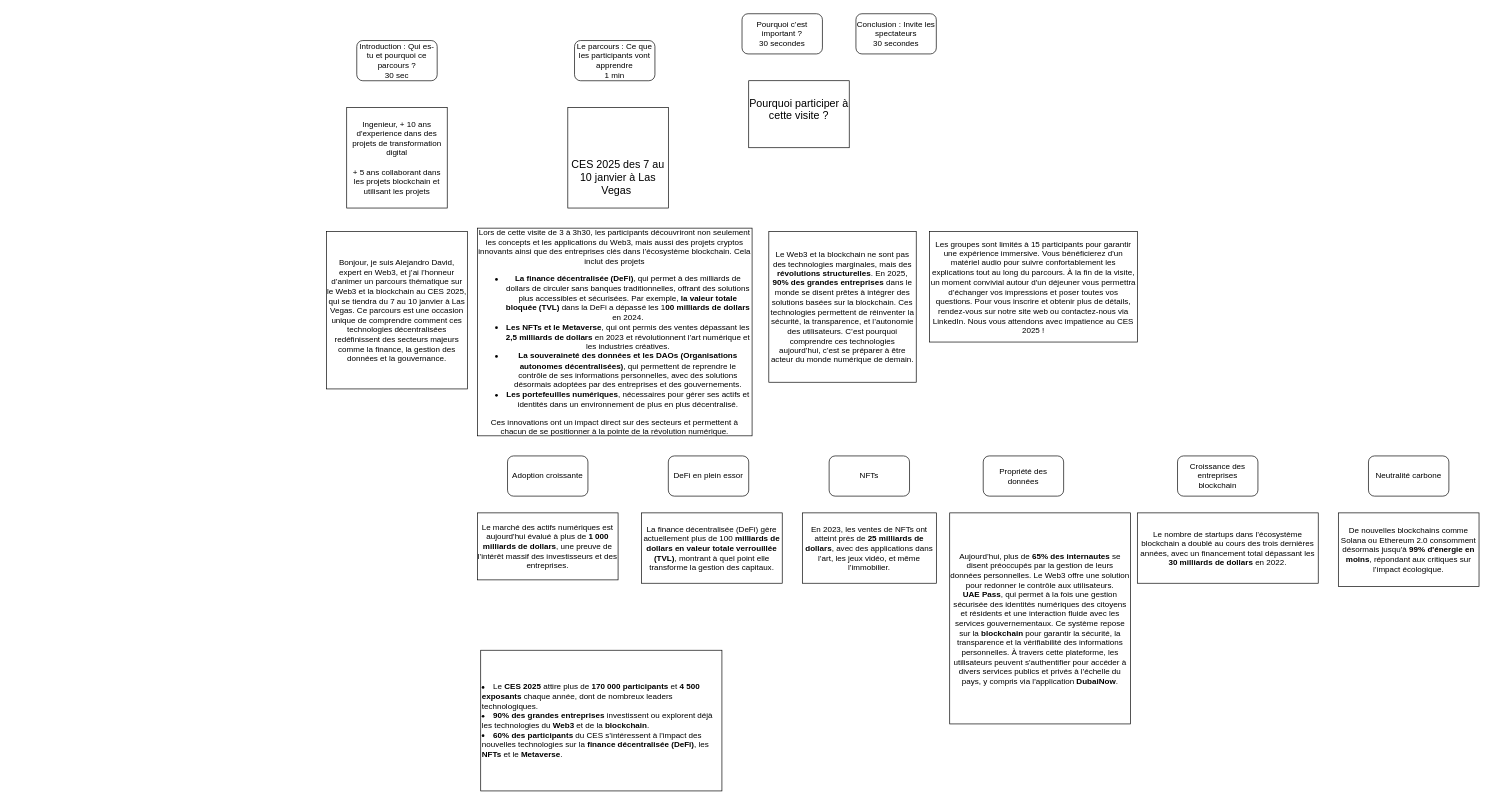
This is Presentation.drawio from AlejandroDAvidz/AlejandroDAvidz, a draw.io file, before an edit. Source tidied: cells renumbered, new cells numbered last; positions are measured from the earlier drawing's top-left corner, leaving out a move shared by most shapes. Both pictures are drawn from the tidied source at 67%, with x=0, y=0 at pixel (326, 13).
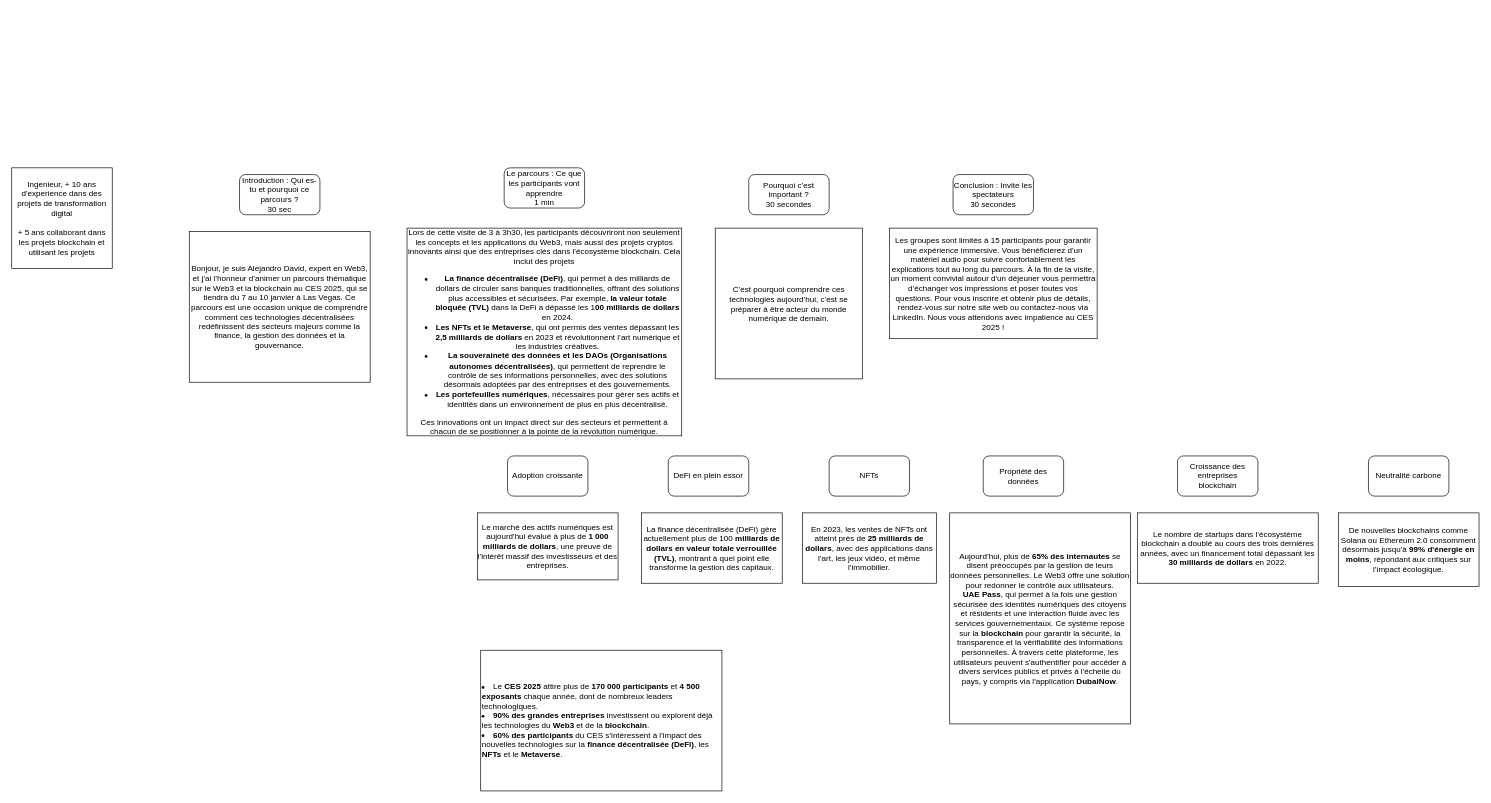
The same diagram, later.

Commit message:
Mettre à jour Presentation.drawio

The edit, as a diff of the source:
```diff
@@
     <mxCell id="2" value="Introduction : Qui es-tu et pourquoi ce parcours ?&lt;div&gt;30 sec&lt;/div&gt;" style="rounded=1;whiteSpace=wrap;html=1;" parent="1" vertex="1">
-      <mxGeometry x="45" y="40" width="120" height="60" as="geometry" />
+      <mxGeometry x="-130" y="240" width="120" height="60" as="geometry" />
     </mxCell>
     <mxCell id="3" value="Ingenieur, + 10 ans d'experience dans des projets de transformation digital&lt;div&gt;&lt;br&gt;&lt;/div&gt;&lt;div&gt;+ 5 ans collaborant dans les projets blockchain et utilisant les projets&lt;/div&gt;" style="rounded=0;whiteSpace=wrap;html=1;" parent="1" vertex="1">
-      <mxGeometry x="30" y="140" width="150" height="150" as="geometry" />
+      <mxGeometry x="-470" y="230" width="150" height="150" as="geometry" />
     </mxCell>
-    <mxCell id="4" value="&lt;br/&gt;&#9;&#9;&lt;br/&gt;&#9;&lt;br/&gt;&#9;&lt;br/&gt;&#9;&#9;&lt;div title=&quot;Page 1&quot; class=&quot;page&quot;&gt;&lt;br/&gt;&#9;&#9;&#9;&lt;div class=&quot;layoutArea&quot;&gt;&lt;br/&gt;&#9;&#9;&#9;&#9;&lt;div class=&quot;column&quot;&gt;&lt;br/&gt;&#9;&#9;&#9;&#9;&#9;&lt;p&gt;&lt;span style=&quot;font-size: 12.000000pt; font-family: 'Aptos'&quot;&gt;CES 2025 des 7 au 10 janvier à Las Vegas&amp;nbsp;&lt;/span&gt;&lt;/p&gt;&lt;br/&gt;&#9;&#9;&#9;&#9;&lt;/div&gt;&lt;br/&gt;&#9;&#9;&#9;&lt;/div&gt;&lt;br/&gt;&#9;&#9;&lt;/div&gt;" style="rounded=0;whiteSpace=wrap;html=1;" parent="1" vertex="1">
-      <mxGeometry x="360" y="140" width="150" height="150" as="geometry" />
-    </mxCell>
-    <mxCell id="5" value="&#10;&lt;span style=&quot;white-space: pre;&quot;&gt;&amp;nbsp;&amp;nbsp;&amp;nbsp;&amp;nbsp;&lt;/span&gt;&lt;span style=&quot;white-space: pre;&quot;&gt;&amp;nbsp;&amp;nbsp;&amp;nbsp;&amp;nbsp;&lt;/span&gt;&lt;div title=&quot;Page 1&quot; class=&quot;page&quot;&gt;&#10;&lt;span style=&quot;white-space: pre;&quot;&gt;&amp;nbsp;&amp;nbsp;&amp;nbsp;&amp;nbsp;&lt;/span&gt;&lt;span style=&quot;white-space: pre;&quot;&gt;&amp;nbsp;&amp;nbsp;&amp;nbsp;&amp;nbsp;&lt;/span&gt;&lt;span style=&quot;white-space: pre;&quot;&gt;&amp;nbsp;&amp;nbsp;&amp;nbsp;&amp;nbsp;&lt;/span&gt;&lt;div class=&quot;layoutArea&quot;&gt;&#10;&lt;span style=&quot;white-space: pre;&quot;&gt;&amp;nbsp;&amp;nbsp;&amp;nbsp;&amp;nbsp;&lt;/span&gt;&lt;span style=&quot;white-space: pre;&quot;&gt;&amp;nbsp;&amp;nbsp;&amp;nbsp;&amp;nbsp;&lt;/span&gt;&lt;span style=&quot;white-space: pre;&quot;&gt;&amp;nbsp;&amp;nbsp;&amp;nbsp;&amp;nbsp;&lt;/span&gt;&lt;span style=&quot;white-space: pre;&quot;&gt;&amp;nbsp;&amp;nbsp;&amp;nbsp;&amp;nbsp;&lt;/span&gt;&lt;div class=&quot;column&quot;&gt;&#10;&lt;span style=&quot;white-space: pre;&quot;&gt;&amp;nbsp;&amp;nbsp;&amp;nbsp;&amp;nbsp;&lt;/span&gt;&lt;span style=&quot;white-space: pre;&quot;&gt;&amp;nbsp;&amp;nbsp;&amp;nbsp;&amp;nbsp;&lt;/span&gt;&lt;span style=&quot;white-space: pre;&quot;&gt;&amp;nbsp;&amp;nbsp;&amp;nbsp;&amp;nbsp;&lt;/span&gt;&lt;span style=&quot;white-space: pre;&quot;&gt;&amp;nbsp;&amp;nbsp;&amp;nbsp;&amp;nbsp;&lt;/span&gt;&lt;span style=&quot;white-space: pre;&quot;&gt;&amp;nbsp;&amp;nbsp;&amp;nbsp;&amp;nbsp;&lt;/span&gt;&lt;p&gt;&lt;span style=&quot;font-size: 12.000000pt; font-family: 'Aptos'&quot;&gt;Pourquoi participer à cette visite&lt;/span&gt;&lt;span style=&quot;font-size: 12.000000pt; font-family: 'ArialMT'&quot;&gt; &lt;/span&gt;&lt;span style=&quot;font-size: 12.000000pt; font-family: 'Aptos'&quot;&gt;?&#10;&lt;/span&gt;&lt;/p&gt;&#10;&lt;span style=&quot;white-space: pre;&quot;&gt;&amp;nbsp;&amp;nbsp;&amp;nbsp;&amp;nbsp;&lt;/span&gt;&lt;span style=&quot;white-space: pre;&quot;&gt;&amp;nbsp;&amp;nbsp;&amp;nbsp;&amp;nbsp;&lt;/span&gt;&lt;span style=&quot;white-space: pre;&quot;&gt;&amp;nbsp;&amp;nbsp;&amp;nbsp;&amp;nbsp;&lt;/span&gt;&lt;span style=&quot;white-space: pre;&quot;&gt;&amp;nbsp;&amp;nbsp;&amp;nbsp;&amp;nbsp;&lt;/span&gt;&lt;/div&gt;&#10;&lt;span style=&quot;white-space: pre;&quot;&gt;&amp;nbsp;&amp;nbsp;&amp;nbsp;&amp;nbsp;&lt;/span&gt;&lt;span style=&quot;white-space: pre;&quot;&gt;&amp;nbsp;&amp;nbsp;&amp;nbsp;&amp;nbsp;&lt;/span&gt;&lt;span style=&quot;white-space: pre;&quot;&gt;&amp;nbsp;&amp;nbsp;&amp;nbsp;&amp;nbsp;&lt;/span&gt;&lt;/div&gt;&#10;&lt;span style=&quot;white-space: pre;&quot;&gt;&amp;nbsp;&amp;nbsp;&amp;nbsp;&amp;nbsp;&lt;/span&gt;&lt;span style=&quot;white-space: pre;&quot;&gt;&amp;nbsp;&amp;nbsp;&amp;nbsp;&amp;nbsp;&lt;/span&gt;&lt;/div&gt;&#10;&lt;span style=&quot;white-space: pre;&quot;&gt;&amp;nbsp;&amp;nbsp;&amp;nbsp;&amp;nbsp;&lt;/span&gt;&#10;" style="rounded=0;whiteSpace=wrap;html=1;" parent="1" vertex="1">
-      <mxGeometry x="630" y="100" width="150" height="100" as="geometry" />
-    </mxCell>
     <mxCell id="6" value="Le parcours : Ce que les participants vont apprendre&lt;div&gt;1 min&lt;/div&gt;" style="rounded=1;whiteSpace=wrap;html=1;" parent="1" vertex="1">
-      <mxGeometry x="370" y="40" width="120" height="60" as="geometry" />
+      <mxGeometry x="265" y="230" width="120" height="60" as="geometry" />
     </mxCell>
     <mxCell id="7" value="Pourquoi c’est important ?&lt;div&gt;30 secondes&lt;/div&gt;" style="rounded=1;whiteSpace=wrap;html=1;" parent="1" vertex="1">
-      <mxGeometry x="620" width="120" height="60" as="geometry" />
+      <mxGeometry x="630" y="240" width="120" height="60" as="geometry" />
     </mxCell>
     <mxCell id="8" value="Conclusion : Invite les spectateurs&lt;div&gt;30 secondes&lt;/div&gt;" style="rounded=1;whiteSpace=wrap;html=1;" parent="1" vertex="1">
-      <mxGeometry x="790" width="120" height="60" as="geometry" />
+      <mxGeometry x="935" y="240" width="120" height="60" as="geometry" />
     </mxCell>
@@
     <mxCell id="22" value="Bonjour, je suis Alejandro David, expert en Web3, et j’ai l’honneur d’animer un parcours thématique sur le Web3 et la blockchain au CES 2025, qui se tiendra du 7 au 10 janvier à Las Vegas. Ce parcours est une occasion unique de comprendre comment ces technologies décentralisées redéfinissent des secteurs majeurs comme la finance, la gestion des données et la gouvernance." style="rounded=0;whiteSpace=wrap;html=1;" parent="1" vertex="1">
-      <mxGeometry y="325" width="210" height="235" as="geometry" />
+      <mxGeometry x="-205" y="325" width="270" height="225" as="geometry" />
     </mxCell>
-    <mxCell id="23" value="Le Web3 et la blockchain ne sont pas des technologies marginales, mais des &lt;strong&gt;révolutions structurelles&lt;/strong&gt;. En 2025, &lt;strong&gt;90% des grandes entreprises&lt;/strong&gt; dans le monde se disent prêtes à intégrer des solutions basées sur la blockchain. Ces technologies permettent de réinventer la sécurité, la transparence, et l’autonomie des utilisateurs. C’est pourquoi comprendre ces technologies aujourd’hui, c’est se préparer à être acteur du monde numérique de demain." style="rounded=0;whiteSpace=wrap;html=1;" parent="1" vertex="1">
-      <mxGeometry x="660" y="325" width="220" height="225" as="geometry" />
+    <mxCell id="23" value="C’est pourquoi comprendre ces technologies aujourd’hui, c’est se préparer à être acteur du monde numérique de demain." style="rounded=0;whiteSpace=wrap;html=1;" parent="1" vertex="1">
+      <mxGeometry x="580" y="320" width="220" height="225" as="geometry" />
     </mxCell>
     <mxCell id="24" value="Les groupes sont limités à 15 participants pour garantir une expérience immersive. Vous bénéficierez d'un matériel audio pour suivre confortablement les explications tout au long du parcours. À la fin de la visite, un moment convivial autour d'un déjeuner vous permettra d’échanger vos impressions et poser toutes vos questions. Pour vous inscrire et obtenir plus de détails, rendez-vous sur notre site web ou contactez-nous via LinkedIn. Nous vous attendons avec impatience au CES 2025 !" style="rounded=0;whiteSpace=wrap;html=1;" parent="1" vertex="1">
-      <mxGeometry x="900" y="325" width="310" height="165" as="geometry" />
+      <mxGeometry x="840" y="320" width="310" height="165" as="geometry" />
     </mxCell>
     <mxCell id="25" value="&lt;p&gt;Lors de cette visite de 3 à 3h30,&amp;nbsp;&lt;span style=&quot;background-color: initial;&quot;&gt;les participants découvriront non seulement les concepts et les applications du Web3, mais aussi des projets cryptos innovants ainsi que des entreprises clés dans l’écosystème blockchain.&amp;nbsp;&lt;/span&gt;&lt;span style=&quot;background-color: initial;&quot;&gt;Cela inclut des projets&lt;/span&gt;&lt;/p&gt;&lt;ul&gt;&lt;li&gt;&lt;strong&gt;La finance décentralisée (DeFi)&lt;/strong&gt;, qui permet à des milliards de dollars de circuler sans banques traditionnelles, offrant des solutions plus accessibles et sécurisées. Par exemple, &lt;strong&gt;la valeur totale bloquée (TVL)&lt;/strong&gt; dans la DeFi a dépassé les 1&lt;strong&gt;00 milliards de dollars&lt;/strong&gt; en 2024.&lt;/li&gt;&lt;li&gt;&lt;strong&gt;Les NFTs et le Metaverse&lt;/strong&gt;, qui ont permis des ventes dépassant les &lt;strong&gt;2,5 milliards de dollars&lt;/strong&gt; en 2023 et révolutionnent l’art numérique et les industries créatives.&lt;/li&gt;&lt;li&gt;&lt;strong&gt;La souveraineté des données et les DAOs (Organisations autonomes décentralisées)&lt;/strong&gt;, qui permettent de reprendre le contrôle de ses informations personnelles, avec des solutions désormais adoptées par des entreprises et des gouvernements.&lt;/li&gt;&lt;li&gt;&lt;strong&gt;Les portefeuilles numériques&lt;/strong&gt;, nécessaires pour gérer ses actifs et identités dans un environnement de plus en plus décentralisé.&lt;/li&gt;&lt;/ul&gt;&lt;p&gt;Ces innovations ont un impact direct sur des secteurs et permettent à chacun de se positionner à la pointe de la révolution numérique.&lt;/p&gt;" style="rounded=0;whiteSpace=wrap;html=1;" parent="1" vertex="1">
-      <mxGeometry x="225" y="320" width="410" height="310" as="geometry" />
+      <mxGeometry x="120" y="320" width="410" height="310" as="geometry" />
     </mxCell>
```
